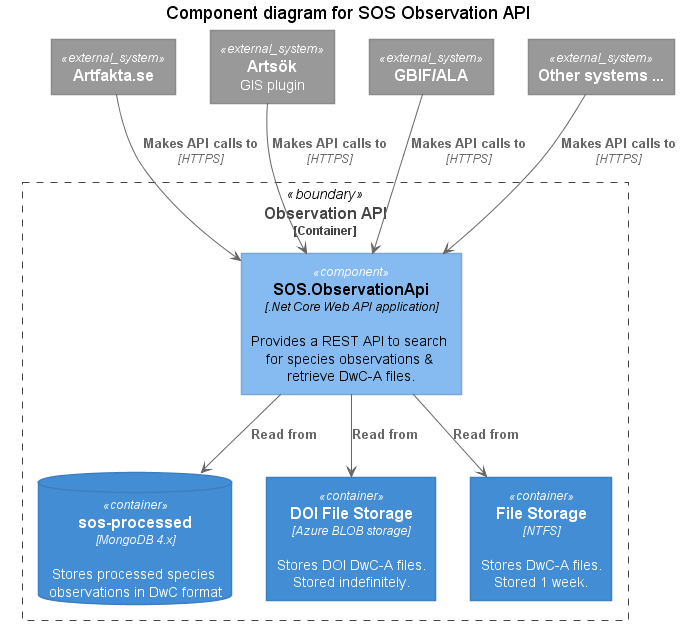
Before: Documentation/Diagrams/Observation API Component Diagram/Component diagram for SOS Observation API.png, a diagram exported from PlantUML (biodiversitydata-se/SOS). Source of this version:
```plantuml
@startuml





skinparam defaultTextAlignment center

skinparam wrapWidth 200
skinparam maxMessageSize 150

skinparam rectangle {
    StereotypeFontSize 12
    shadowing false
}

skinparam database {
    StereotypeFontSize 12
    shadowing false
}

skinparam Arrow {
    Color #666666
    FontColor #666666
    FontSize 12
}

skinparam rectangle<<boundary>> {
    Shadowing false
    StereotypeFontSize 0
    FontColor #444444
    BorderColor #444444
    BorderStyle dashed
}






















skinparam rectangle<<person>> {
    StereotypeFontColor #FFFFFF
    FontColor #FFFFFF
    BackgroundColor #08427B
    BorderColor #073B6F
}

skinparam rectangle<<external_person>> {
    StereotypeFontColor #FFFFFF
    FontColor #FFFFFF
    BackgroundColor #686868
    BorderColor #8A8A8A
}

skinparam rectangle<<system>> {
    StereotypeFontColor #FFFFFF
    FontColor #FFFFFF
    BackgroundColor #1168BD
    BorderColor #3C7FC0
}

skinparam rectangle<<external_system>> {
    StereotypeFontColor #FFFFFF
    FontColor #FFFFFF
    BackgroundColor #999999
    BorderColor #8A8A8A
}

skinparam database<<system>> {
    StereotypeFontColor #FFFFFF
    FontColor #FFFFFF
    BackgroundColor #1168BD
    BorderColor #3C7FC0
}

skinparam database<<external_system>> {
    StereotypeFontColor #FFFFFF
    FontColor #FFFFFF
    BackgroundColor #999999
    BorderColor #8A8A8A
}
















skinparam rectangle<<container>> {
    StereotypeFontColor #FFFFFF
    FontColor #FFFFFF
    BackgroundColor #438DD5
    BorderColor #3C7FC0
}

skinparam database<<container>> {
    StereotypeFontColor #FFFFFF
    FontColor #FFFFFF
    BackgroundColor #438DD5
    BorderColor #3C7FC0
}












skinparam rectangle<<component>> {
    StereotypeFontColor #FFFFFF
    FontColor #000000
    BackgroundColor #85BBF0
    BorderColor #78A8D8
}

skinparam database<<component>> {
    StereotypeFontColor #FFFFFF
    FontColor #000000
    BackgroundColor #85BBF0
    BorderColor #78A8D8
}





title Component diagram for SOS Observation API

rectangle "==Artfakta.se" <<external_system>> as artfakta
rectangle "==Artsök\nGIS plugin" <<external_system>> as artsok
rectangle "==GBIF/ALA" <<external_system>> as gbif_ala
rectangle "==Other systems ..." <<external_system>> as other_users

rectangle "==Observation API\n<size:12>[Container]</size>" <<boundary>> as api {
    rectangle "==SOS.ObservationApi\n//<size:12>[.Net Core Web API application]</size>//\n\n Provides a REST API to search for species observations & retrieve DwC-A files." <<component>> as observation_api
    database "==sos-processed\n//<size:12>[MongoDB 4.x]</size>//\n\n Stores processed species observations in DwC format" <<container>> as mongodb_sos_processed
    rectangle "==DOI File Storage\n//<size:12>[Azure BLOB storage]</size>//\n\n Stores DOI DwC-A files.\nStored indefinitely." <<container>> as doi_file_storage
    rectangle "==File Storage\n//<size:12>[NTFS]</size>//\n\n Stores DwC-A files.\nStored 1 week." <<container>> as file_storage

    observation_api --> mongodb_sos_processed : "===Read from"
    observation_api --> doi_file_storage : "===Read from"
    observation_api --> file_storage : "===Read from"
}

artfakta --> observation_api : "===Makes API calls to\n//<size:12>[HTTPS]</size>//"
artsok --> observation_api : "===Makes API calls to\n//<size:12>[HTTPS]</size>//"
gbif_ala --> observation_api : "===Makes API calls to\n//<size:12>[HTTPS]</size>//"
other_users --> observation_api : "===Makes API calls to\n//<size:12>[HTTPS]</size>//"
@enduml
```
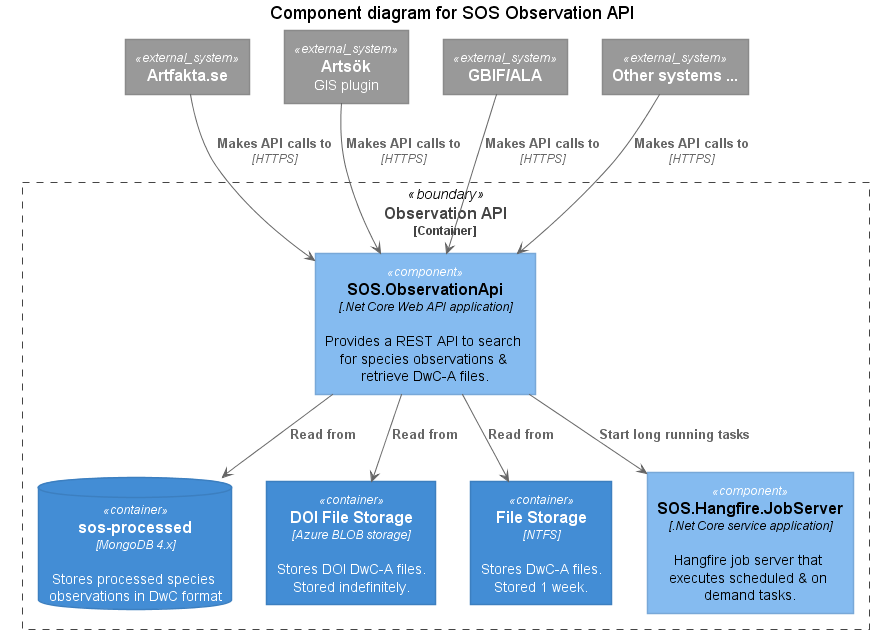
The same diagram one commit later.

The edit, as a diff of the source:
```diff
@@ -166,10 +166,13 @@
     database "==sos-processed\n//<size:12>[MongoDB 4.x]</size>//\n\n Stores processed species observations in DwC format" <<container>> as mongodb_sos_processed
     rectangle "==DOI File Storage\n//<size:12>[Azure BLOB storage]</size>//\n\n Stores DOI DwC-A files.\nStored indefinitely." <<container>> as doi_file_storage
     rectangle "==File Storage\n//<size:12>[NTFS]</size>//\n\n Stores DwC-A files.\nStored 1 week." <<container>> as file_storage
+    rectangle "==SOS.Hangfire.JobServer\n//<size:12>[.Net Core service application]</size>//\n\n Hangfire job server that executes scheduled & on demand tasks." <<component>> as job_server
 
     observation_api --> mongodb_sos_processed : "===Read from"
     observation_api --> doi_file_storage : "===Read from"
     observation_api --> file_storage : "===Read from"
+    observation_api --> job_server : "===Start long running tasks"
+
 }
 
 artfakta --> observation_api : "===Makes API calls to\n//<size:12>[HTTPS]</size>//"
```
